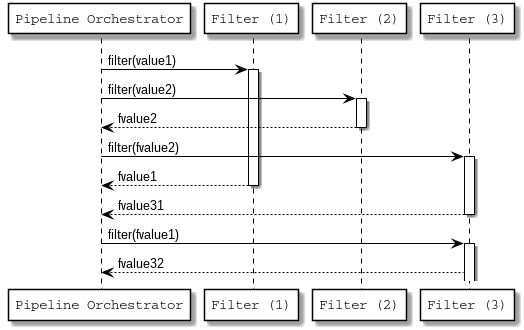
Earlier version of the PlantUML export misc/soft-architecture/seq-pipe-filter.png (vcharpenay/vcharpenay.github.io). Its source is kept beside it as misc/soft-architecture/seq-pipe-filter.puml.
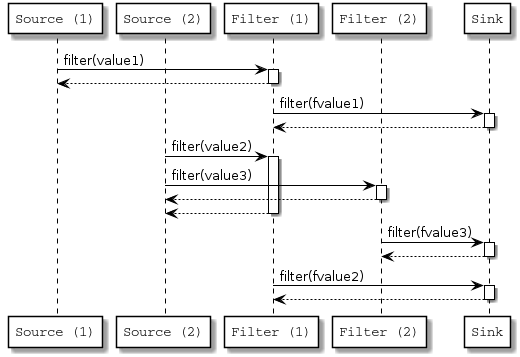
The same diagram one commit later.

What changed in the source:
```diff
@@ -16,33 +16,46 @@
     BackgroundColor white
 }
 
-participant "Pipeline Orchestrator" as O
-
+participant "Source (1)" as S1
+participant "Source (2)" as S2
 participant "Filter (1)" as F1
 participant "Filter (2)" as F2
-participant "Filter (3)" as F3
+participant "Sink" as S
 
-O -> F1 : filter(value1)
+S1 -> F1 : filter(value1)
 activate F1
 
-O -> F2 : filter(value2)
+F1 --> S1 :
+deactivate F1
+
+F1 -> S : filter(fvalue1)
+activate S
+
+S --> F1 :
+deactivate S
+
+S2 -> F1 : filter(value2)
+activate F1
+
+S2 -> F2 : filter(value3)
 activate F2
 
-F2 --> O : fvalue2
+F2 --> S2 :
 deactivate F2
 
-O -> F3 : filter(fvalue2)
-activate F3
-
-F1 --> O : fvalue1
+F1 --> S2 :
 deactivate F1
 
-F3 --> O : fvalue31
-deactivate F3
+F2 -> S : filter(fvalue3)
+activate S
 
-O -> F3 : filter(fvalue1)
-activate F3
+S --> F2 :
+deactivate S
 
-F3 --> O : fvalue32
+F1 -> S : filter(fvalue2)
+activate S
+
+S --> F1 :
+deactivate S
 
 @enduml
```
